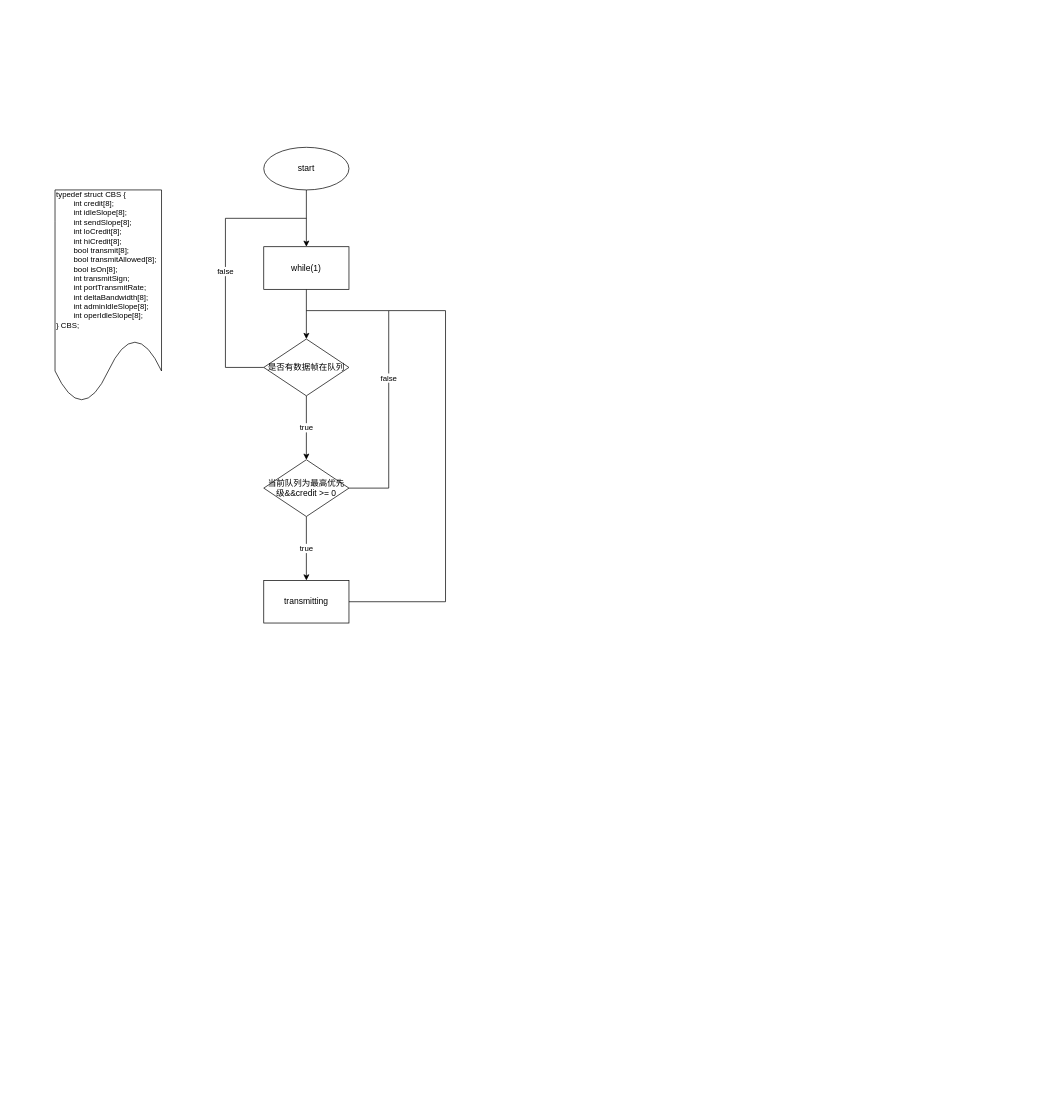
Earlier version of the draw.io diagram qemu-gmac32_cbs_transmit of cbs.drawio (azreallem/mydiagrams). Source tidied: cells renumbered, new cells numbered last; positions are measured from the earlier drawing's top-left corner, leaving out a move shared by most shapes. Both pictures are drawn from the tidied source at 71%, with x=0, y=0 at pixel (55, 147).
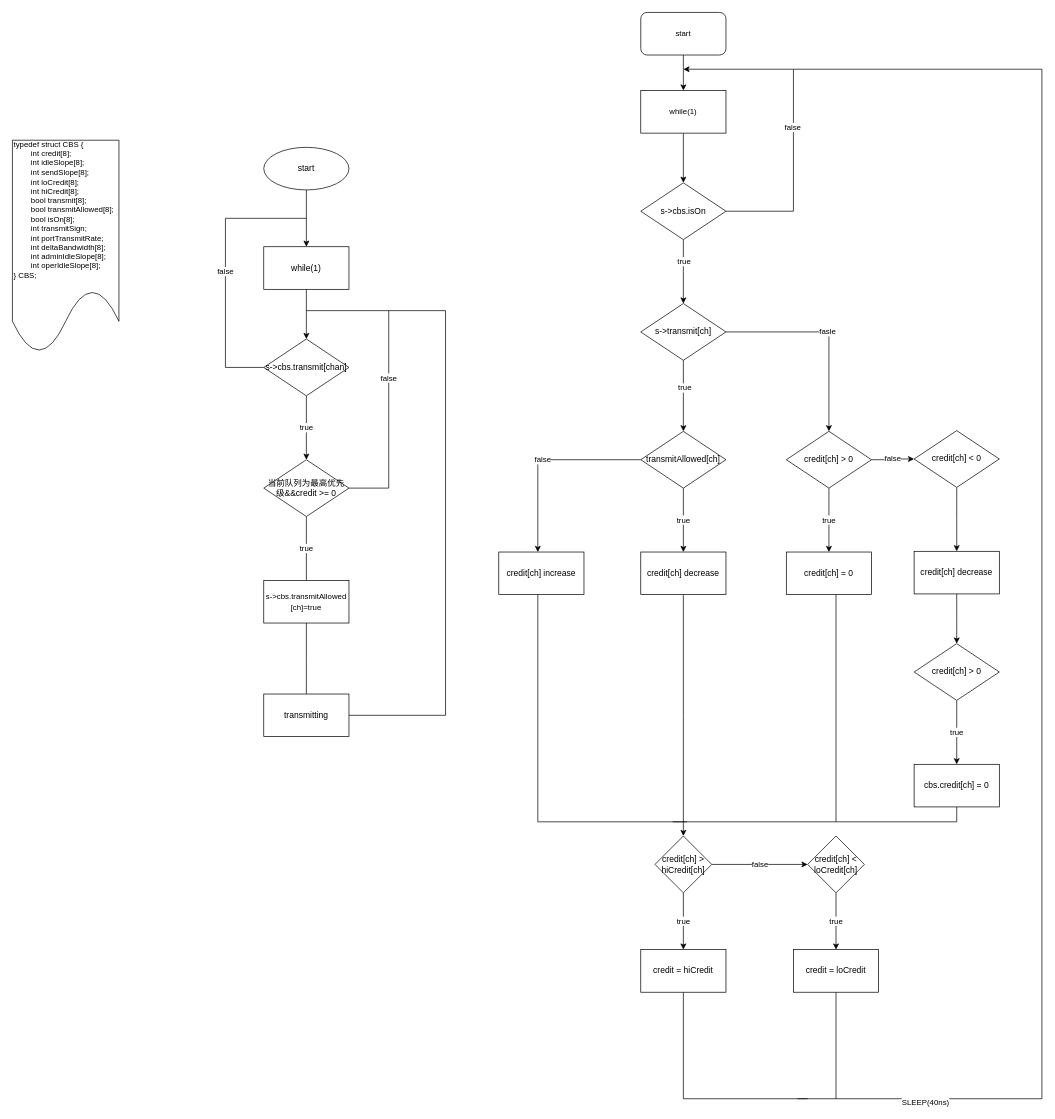
After the change.

Unchanged cells that the change refers to:
```xml
<mxCell id="12" value="当前队列为最高优先级&amp;amp;&amp;amp;credit &amp;gt;= 0" style="rhombus;whiteSpace=wrap;html=1;rounded=0;" parent="1" vertex="1">
  <mxGeometry x="294" y="440" width="120" height="80" as="geometry" />
</mxCell>
```

Diff of the diagram source:
```diff
@@
-    <mxCell id="7" value="是否有数据帧在队列" style="rhombus;whiteSpace=wrap;html=1;rounded=0;" parent="1" vertex="1">
+    <mxCell id="7" value="s-&amp;gt;cbs.transmit[chan]" style="rhombus;whiteSpace=wrap;html=1;rounded=0;" parent="1" vertex="1">
       <mxGeometry x="294" y="270" width="120" height="80" as="geometry" />
     </mxCell>
@@
     <mxCell id="9" value="&lt;div&gt;&lt;span&gt;typedef struct CBS {&lt;/span&gt;&lt;br&gt;&lt;/div&gt;&lt;div&gt;&amp;nbsp; &amp;nbsp; &amp;nbsp; &amp;nbsp; int credit[8];&lt;/div&gt;&lt;div&gt;&amp;nbsp; &amp;nbsp; &amp;nbsp; &amp;nbsp; int idleSlope[8];&lt;/div&gt;&lt;div&gt;&amp;nbsp; &amp;nbsp; &amp;nbsp; &amp;nbsp; int sendSlope[8];&amp;nbsp;&lt;/div&gt;&lt;div&gt;&amp;nbsp; &amp;nbsp; &amp;nbsp; &amp;nbsp; int loCredit[8];&amp;nbsp;&lt;/div&gt;&lt;div&gt;&amp;nbsp; &amp;nbsp; &amp;nbsp; &amp;nbsp; int hiCredit[8];&lt;/div&gt;&lt;div&gt;&amp;nbsp; &amp;nbsp; &amp;nbsp; &amp;nbsp; bool transmit[8];&amp;nbsp;&lt;/div&gt;&lt;div&gt;&amp;nbsp; &amp;nbsp; &amp;nbsp; &amp;nbsp; bool transmitAllowed[8];&lt;/div&gt;&lt;div&gt;&amp;nbsp; &amp;nbsp; &amp;nbsp; &amp;nbsp; bool isOn[8];&lt;/div&gt;&lt;div&gt;&amp;nbsp; &amp;nbsp; &amp;nbsp; &amp;nbsp; int transmitSign;&lt;/div&gt;&lt;div&gt;&amp;nbsp; &amp;nbsp; &amp;nbsp; &amp;nbsp; int portTransmitRate;&lt;/div&gt;&lt;div&gt;&amp;nbsp; &amp;nbsp; &amp;nbsp; &amp;nbsp; int deltaBandwidth[8];&lt;/div&gt;&lt;div&gt;&amp;nbsp; &amp;nbsp; &amp;nbsp; &amp;nbsp; int adminIdleSlope[8];&lt;/div&gt;&lt;div&gt;&amp;nbsp; &amp;nbsp; &amp;nbsp; &amp;nbsp; int operIdleSlope[8];&lt;/div&gt;&lt;div&gt;} CBS;&lt;/div&gt;&lt;div&gt;&lt;br&gt;&lt;/div&gt;" style="shape=document;whiteSpace=wrap;html=1;boundedLbl=1;fontFamily=Helvetica;fontSize=11;fontColor=default;align=left;" parent="1" vertex="1">
-      <mxGeometry y="60" width="150" height="300" as="geometry" />
+      <mxGeometry x="-60" y="-10" width="150" height="300" as="geometry" />
     </mxCell>
@@
-    <mxCell id="11" value="true" style="edgeStyle=elbowEdgeStyle;shape=connector;rounded=0;jettySize=auto;html=1;labelBackgroundColor=default;fontFamily=Helvetica;fontSize=11;fontColor=default;startArrow=none;startFill=0;endArrow=classic;endFill=1;strokeColor=default;" parent="1" edge="1" source="12" target="14">
-      <mxGeometry relative="1" as="geometry" />
-    </mxCell>
+    <mxCell id="15" value="true" style="edgeStyle=elbowEdgeStyle;shape=connector;rounded=0;jettySize=auto;html=1;labelBackgroundColor=default;fontFamily=Helvetica;fontSize=11;fontColor=default;startArrow=none;startFill=0;endArrow=none;endFill=0;strokeColor=default;" parent="1" edge="1" source="12" target="17">
+      <mxGeometry relative="1" as="geometry" />
+    </mxCell>
@@
     <mxCell id="14" value="transmitting" style="whiteSpace=wrap;html=1;rounded=0;" parent="1" vertex="1">
-      <mxGeometry x="294" y="610" width="120" height="60" as="geometry" />
+      <mxGeometry x="294" y="770" width="120" height="60" as="geometry" />
     </mxCell>
+    <mxCell id="16" style="edgeStyle=elbowEdgeStyle;shape=connector;rounded=0;jettySize=auto;html=1;entryX=0.5;entryY=0;entryDx=0;entryDy=0;labelBackgroundColor=default;fontFamily=Helvetica;fontSize=11;fontColor=default;startArrow=none;startFill=0;endArrow=none;endFill=0;strokeColor=default;" parent="1" edge="1" source="17" target="14">
+      <mxGeometry relative="1" as="geometry" />
+    </mxCell>
+    <mxCell id="17" value="&lt;span style=&quot;font-size: 11px&quot;&gt;s-&amp;gt;cbs.transmitAllowed&lt;/span&gt;&lt;br style=&quot;font-size: 11px&quot;&gt;&lt;span style=&quot;font-size: 11px&quot;&gt;[ch]=true&lt;/span&gt;" style="whiteSpace=wrap;html=1;rounded=0;" parent="1" vertex="1">
+      <mxGeometry x="294" y="610" width="120" height="60" as="geometry" />
+    </mxCell>
+    <mxCell id="18" style="edgeStyle=elbowEdgeStyle;shape=connector;rounded=0;jettySize=auto;html=1;exitX=0.5;exitY=1;exitDx=0;exitDy=0;entryX=0.5;entryY=0;entryDx=0;entryDy=0;labelBackgroundColor=default;fontFamily=Helvetica;fontSize=11;fontColor=default;startArrow=none;startFill=0;endArrow=classic;endFill=1;strokeColor=default;" parent="1" edge="1" source="21">
+      <mxGeometry relative="1" as="geometry">
+        <mxPoint x="885" y="400" as="targetPoint" />
+      </mxGeometry>
+    </mxCell>
+    <mxCell id="19" value="true" style="edgeLabel;html=1;align=center;verticalAlign=middle;fontSize=11;fontFamily=Helvetica;fontColor=default;" parent="18" vertex="1">
+      <mxGeometry x="-0.24" y="1" relative="1" as="geometry" />
+    </mxCell>
+    <mxCell id="20" value="fasle" style="edgeStyle=elbowEdgeStyle;shape=connector;rounded=0;jettySize=auto;html=1;exitX=1;exitY=0.5;exitDx=0;exitDy=0;entryX=0.5;entryY=0;entryDx=0;entryDy=0;labelBackgroundColor=default;fontFamily=Helvetica;fontSize=11;fontColor=default;startArrow=none;startFill=0;endArrow=classic;endFill=1;strokeColor=default;" parent="1" edge="1" source="21" target="31">
+      <mxGeometry relative="1" as="geometry">
+        <Array as="points">
+          <mxPoint x="1090" y="320" />
+        </Array>
+      </mxGeometry>
+    </mxCell>
+    <mxCell id="21" value="s-&amp;gt;transmit[ch]" style="rhombus;whiteSpace=wrap;html=1;rounded=0;" parent="1" vertex="1">
+      <mxGeometry x="825" y="220" width="120" height="80" as="geometry" />
+    </mxCell>
+    <mxCell id="22" value="true" style="edgeStyle=elbowEdgeStyle;shape=connector;rounded=0;jettySize=auto;html=1;labelBackgroundColor=default;fontFamily=Helvetica;fontSize=11;fontColor=default;startArrow=none;startFill=0;endArrow=classic;endFill=1;strokeColor=default;" parent="1" edge="1" source="24" target="26">
+      <mxGeometry relative="1" as="geometry" />
+    </mxCell>
+    <mxCell id="23" value="false" style="edgeStyle=elbowEdgeStyle;shape=connector;rounded=0;jettySize=auto;html=1;labelBackgroundColor=default;fontFamily=Helvetica;fontSize=11;fontColor=default;startArrow=none;startFill=0;endArrow=classic;endFill=1;strokeColor=default;" parent="1" edge="1" source="24" target="28">
+      <mxGeometry relative="1" as="geometry">
+        <Array as="points">
+          <mxPoint x="680" y="520" />
+        </Array>
+      </mxGeometry>
+    </mxCell>
+    <mxCell id="24" value="transmitAllowed[ch]" style="rhombus;whiteSpace=wrap;html=1;rounded=0;" parent="1" vertex="1">
+      <mxGeometry x="825" y="400" width="120" height="80" as="geometry" />
+    </mxCell>
+    <mxCell id="25" style="edgeStyle=elbowEdgeStyle;shape=connector;rounded=0;jettySize=auto;html=1;labelBackgroundColor=default;fontFamily=Helvetica;fontSize=11;fontColor=default;startArrow=none;startFill=0;endArrow=classic;endFill=1;strokeColor=default;" parent="1" edge="1" source="26" target="53">
+      <mxGeometry relative="1" as="geometry" />
+    </mxCell>
+    <mxCell id="26" value="credit[ch] decrease" style="whiteSpace=wrap;html=1;rounded=0;" parent="1" vertex="1">
+      <mxGeometry x="825" y="570" width="120" height="60" as="geometry" />
+    </mxCell>
+    <mxCell id="27" style="edgeStyle=elbowEdgeStyle;shape=connector;rounded=0;jettySize=auto;html=1;labelBackgroundColor=default;fontFamily=Helvetica;fontSize=11;fontColor=default;startArrow=none;startFill=0;endArrow=none;endFill=0;strokeColor=default;" parent="1" edge="1" source="28">
+      <mxGeometry relative="1" as="geometry">
+        <mxPoint x="890" y="950" as="targetPoint" />
+        <Array as="points">
+          <mxPoint x="680" y="760" />
+        </Array>
+      </mxGeometry>
+    </mxCell>
+    <mxCell id="28" value="credit[ch] increase" style="whiteSpace=wrap;html=1;rounded=0;" parent="1" vertex="1">
+      <mxGeometry x="625" y="570" width="120" height="60" as="geometry" />
+    </mxCell>
+    <mxCell id="29" value="true" style="edgeStyle=elbowEdgeStyle;shape=connector;rounded=0;jettySize=auto;html=1;labelBackgroundColor=default;fontFamily=Helvetica;fontSize=11;fontColor=default;startArrow=none;startFill=0;endArrow=classic;endFill=1;strokeColor=default;" parent="1" edge="1" source="31" target="33">
+      <mxGeometry relative="1" as="geometry" />
+    </mxCell>
+    <mxCell id="30" value="false" style="edgeStyle=elbowEdgeStyle;shape=connector;rounded=0;jettySize=auto;html=1;entryX=0;entryY=0.5;entryDx=0;entryDy=0;labelBackgroundColor=default;fontFamily=Helvetica;fontSize=11;fontColor=default;startArrow=none;startFill=0;endArrow=classic;endFill=1;strokeColor=default;" parent="1" edge="1" source="31" target="35">
+      <mxGeometry relative="1" as="geometry" />
+    </mxCell>
+    <mxCell id="31" value="credit[ch] &amp;gt; 0" style="rhombus;whiteSpace=wrap;html=1;rounded=0;" parent="1" vertex="1">
+      <mxGeometry x="1030" y="400" width="120" height="80" as="geometry" />
+    </mxCell>
+    <mxCell id="32" style="edgeStyle=elbowEdgeStyle;shape=connector;rounded=0;jettySize=auto;html=1;labelBackgroundColor=default;fontFamily=Helvetica;fontSize=11;fontColor=default;startArrow=none;startFill=0;endArrow=none;endFill=0;strokeColor=default;" parent="1" edge="1" source="33">
+      <mxGeometry relative="1" as="geometry">
+        <mxPoint x="1100" y="950" as="targetPoint" />
+      </mxGeometry>
+    </mxCell>
+    <mxCell id="33" value="credit[ch] = 0" style="whiteSpace=wrap;html=1;rounded=0;" parent="1" vertex="1">
+      <mxGeometry x="1030" y="570" width="120" height="60" as="geometry" />
+    </mxCell>
+    <mxCell id="34" style="edgeStyle=elbowEdgeStyle;shape=connector;rounded=0;jettySize=auto;html=1;labelBackgroundColor=default;fontFamily=Helvetica;fontSize=11;fontColor=default;startArrow=none;startFill=0;endArrow=classic;endFill=1;strokeColor=default;" parent="1" edge="1" source="35" target="37">
+      <mxGeometry relative="1" as="geometry" />
+    </mxCell>
+    <mxCell id="35" value="credit[ch] &amp;lt; 0" style="rhombus;whiteSpace=wrap;html=1;rounded=0;" parent="1" vertex="1">
+      <mxGeometry x="1210" y="399" width="120" height="80" as="geometry" />
+    </mxCell>
+    <mxCell id="36" style="edgeStyle=elbowEdgeStyle;shape=connector;rounded=0;jettySize=auto;html=1;labelBackgroundColor=default;fontFamily=Helvetica;fontSize=11;fontColor=default;startArrow=none;startFill=0;endArrow=classic;endFill=1;strokeColor=default;" parent="1" edge="1" source="37" target="39">
+      <mxGeometry relative="1" as="geometry" />
+    </mxCell>
+    <mxCell id="37" value="credit[ch] decrease" style="whiteSpace=wrap;html=1;rounded=0;" parent="1" vertex="1">
+      <mxGeometry x="1210" y="569" width="120" height="60" as="geometry" />
+    </mxCell>
+    <mxCell id="38" value="true" style="edgeStyle=elbowEdgeStyle;shape=connector;rounded=0;jettySize=auto;html=1;labelBackgroundColor=default;fontFamily=Helvetica;fontSize=11;fontColor=default;startArrow=none;startFill=0;endArrow=classic;endFill=1;strokeColor=default;" parent="1" edge="1" source="39" target="41">
+      <mxGeometry relative="1" as="geometry" />
+    </mxCell>
+    <mxCell id="39" value="credit[ch] &amp;gt; 0" style="rhombus;whiteSpace=wrap;html=1;rounded=0;" parent="1" vertex="1">
+      <mxGeometry x="1210" y="699" width="120" height="80" as="geometry" />
+    </mxCell>
+    <mxCell id="40" style="edgeStyle=elbowEdgeStyle;shape=connector;rounded=0;jettySize=auto;html=1;labelBackgroundColor=default;fontFamily=Helvetica;fontSize=11;fontColor=default;startArrow=none;startFill=0;endArrow=none;endFill=0;strokeColor=default;" parent="1" edge="1" source="41">
+      <mxGeometry relative="1" as="geometry">
+        <mxPoint x="870" y="950" as="targetPoint" />
+        <Array as="points">
+          <mxPoint x="1270" y="930" />
+        </Array>
+      </mxGeometry>
+    </mxCell>
+    <mxCell id="41" value="cbs.credit[ch] = 0" style="whiteSpace=wrap;html=1;rounded=0;" parent="1" vertex="1">
+      <mxGeometry x="1210" y="869" width="120" height="60" as="geometry" />
+    </mxCell>
+    <mxCell id="42" style="edgeStyle=elbowEdgeStyle;shape=connector;rounded=0;jettySize=auto;html=1;exitX=0.5;exitY=1;exitDx=0;exitDy=0;labelBackgroundColor=default;fontFamily=Helvetica;fontSize=11;fontColor=default;startArrow=none;startFill=0;endArrow=classic;endFill=1;strokeColor=default;" parent="1" edge="1" target="21">
+      <mxGeometry relative="1" as="geometry">
+        <mxPoint x="885" y="130" as="sourcePoint" />
+      </mxGeometry>
+    </mxCell>
+    <mxCell id="43" value="true" style="edgeLabel;html=1;align=center;verticalAlign=middle;fontSize=11;fontFamily=Helvetica;fontColor=default;" parent="42" vertex="1">
+      <mxGeometry x="-0.33" relative="1" as="geometry" />
+    </mxCell>
+    <mxCell id="44" style="edgeStyle=elbowEdgeStyle;shape=connector;rounded=0;jettySize=auto;html=1;exitX=0.5;exitY=1;exitDx=0;exitDy=0;entryX=0.5;entryY=0;entryDx=0;entryDy=0;labelBackgroundColor=default;fontFamily=Helvetica;fontSize=11;fontColor=default;startArrow=none;startFill=0;endArrow=classic;endFill=1;strokeColor=default;" parent="1" edge="1" source="45" target="47">
+      <mxGeometry relative="1" as="geometry" />
+    </mxCell>
+    <mxCell id="45" value="start" style="rounded=1;whiteSpace=wrap;html=1;fontFamily=Helvetica;fontSize=11;fontColor=default;" parent="1" vertex="1">
+      <mxGeometry x="825" y="-190" width="120" height="60" as="geometry" />
+    </mxCell>
+    <mxCell id="46" style="edgeStyle=elbowEdgeStyle;shape=connector;rounded=0;jettySize=auto;html=1;exitX=0.5;exitY=1;exitDx=0;exitDy=0;entryX=0.5;entryY=0;entryDx=0;entryDy=0;labelBackgroundColor=default;fontFamily=Helvetica;fontSize=11;fontColor=default;startArrow=none;startFill=0;endArrow=classic;endFill=1;strokeColor=default;" parent="1" edge="1" source="47" target="50">
+      <mxGeometry relative="1" as="geometry" />
+    </mxCell>
+    <mxCell id="47" value="while(1)" style="rounded=0;whiteSpace=wrap;html=1;fontFamily=Helvetica;fontSize=11;fontColor=default;" parent="1" vertex="1">
+      <mxGeometry x="825" y="-80" width="120" height="60" as="geometry" />
+    </mxCell>
+    <mxCell id="48" style="edgeStyle=elbowEdgeStyle;shape=connector;rounded=0;jettySize=auto;html=1;labelBackgroundColor=default;fontFamily=Helvetica;fontSize=11;fontColor=default;startArrow=none;startFill=0;endArrow=classic;endFill=1;strokeColor=default;" parent="1" edge="1" source="50">
+      <mxGeometry relative="1" as="geometry">
+        <mxPoint x="885" y="-110" as="targetPoint" />
+        <Array as="points">
+          <mxPoint x="1040" y="-70" />
+          <mxPoint x="1020" y="-90" />
+        </Array>
+      </mxGeometry>
+    </mxCell>
+    <mxCell id="49" value="false" style="edgeLabel;html=1;align=center;verticalAlign=middle;fontSize=11;fontFamily=Helvetica;fontColor=default;" parent="48" vertex="1">
+      <mxGeometry x="-0.05" y="2" relative="1" as="geometry" />
+    </mxCell>
+    <mxCell id="50" value="s-&amp;gt;cbs.isOn" style="rhombus;whiteSpace=wrap;html=1;rounded=0;" parent="1" vertex="1">
+      <mxGeometry x="825" y="50" width="120" height="80" as="geometry" />
+    </mxCell>
+    <mxCell id="51" value="true" style="edgeStyle=elbowEdgeStyle;shape=connector;rounded=0;jettySize=auto;html=1;labelBackgroundColor=default;fontFamily=Helvetica;fontSize=11;fontColor=default;startArrow=none;startFill=0;endArrow=classic;endFill=1;strokeColor=default;" parent="1" edge="1" source="53" target="55">
+      <mxGeometry relative="1" as="geometry" />
+    </mxCell>
+    <mxCell id="52" value="false" style="edgeStyle=elbowEdgeStyle;shape=connector;rounded=0;jettySize=auto;html=1;exitX=1;exitY=0.5;exitDx=0;exitDy=0;entryX=0;entryY=0.5;entryDx=0;entryDy=0;labelBackgroundColor=default;fontFamily=Helvetica;fontSize=11;fontColor=default;startArrow=none;startFill=0;endArrow=classic;endFill=1;strokeColor=default;" parent="1" edge="1" source="53" target="57">
+      <mxGeometry relative="1" as="geometry" />
+    </mxCell>
+    <mxCell id="53" value="credit[ch] &amp;gt; hiCredit[ch]" style="rhombus;whiteSpace=wrap;html=1;rounded=0;" parent="1" vertex="1">
+      <mxGeometry x="845" y="970" width="80" height="80" as="geometry" />
+    </mxCell>
+    <mxCell id="54" style="edgeStyle=elbowEdgeStyle;shape=connector;rounded=0;jettySize=auto;html=1;labelBackgroundColor=default;fontFamily=Helvetica;fontSize=11;fontColor=default;startArrow=none;startFill=0;endArrow=none;endFill=0;strokeColor=default;" parent="1" edge="1" source="55">
+      <mxGeometry relative="1" as="geometry">
+        <mxPoint x="1060" y="1340" as="targetPoint" />
+        <Array as="points">
+          <mxPoint x="885" y="1260" />
+        </Array>
+      </mxGeometry>
+    </mxCell>
+    <mxCell id="55" value="credit = hiCredit" style="whiteSpace=wrap;html=1;rounded=0;" parent="1" vertex="1">
+      <mxGeometry x="825" y="1130" width="120" height="60" as="geometry" />
+    </mxCell>
+    <mxCell id="56" value="true" style="edgeStyle=elbowEdgeStyle;shape=connector;rounded=0;jettySize=auto;html=1;labelBackgroundColor=default;fontFamily=Helvetica;fontSize=11;fontColor=default;startArrow=none;startFill=0;endArrow=classic;endFill=1;strokeColor=default;" parent="1" edge="1" source="57" target="59">
+      <mxGeometry relative="1" as="geometry" />
+    </mxCell>
+    <mxCell id="57" value="credit[ch] &amp;lt; loCredit[ch]" style="rhombus;whiteSpace=wrap;html=1;rounded=0;" parent="1" vertex="1">
+      <mxGeometry x="1060" y="970" width="80" height="80" as="geometry" />
+    </mxCell>
+    <mxCell id="58" style="edgeStyle=elbowEdgeStyle;shape=connector;rounded=0;jettySize=auto;html=1;labelBackgroundColor=default;fontFamily=Helvetica;fontSize=11;fontColor=default;startArrow=none;startFill=0;endArrow=none;endFill=0;strokeColor=default;" parent="1" edge="1" source="59">
+      <mxGeometry relative="1" as="geometry">
+        <mxPoint x="1100" y="1340" as="targetPoint" />
+      </mxGeometry>
+    </mxCell>
+    <mxCell id="59" value="credit = loCredit" style="whiteSpace=wrap;html=1;rounded=0;" parent="1" vertex="1">
+      <mxGeometry x="1040" y="1130" width="120" height="60" as="geometry" />
+    </mxCell>
+    <mxCell id="60" style="endArrow=none;html=1;rounded=0;labelBackgroundColor=default;fontFamily=Helvetica;fontSize=11;fontColor=default;strokeColor=default;shape=connector;" parent="1" edge="1">
+      <mxGeometry relative="1" as="geometry">
+        <mxPoint x="1390" y="-110" as="sourcePoint" />
+        <mxPoint x="1046" y="1340" as="targetPoint" />
+        <Array as="points">
+          <mxPoint x="1390" y="1340" />
+        </Array>
+      </mxGeometry>
+    </mxCell>
+    <mxCell id="61" value="SLEEP(40ns)" style="edgeLabel;html=1;align=center;verticalAlign=middle;fontSize=11;fontFamily=Helvetica;fontColor=default;" parent="60" vertex="1">
+      <mxGeometry x="0.8" y="4" relative="1" as="geometry" />
+    </mxCell>
+    <mxCell id="62" style="endArrow=none;html=1;rounded=0;labelBackgroundColor=default;fontFamily=Helvetica;fontSize=11;fontColor=default;strokeColor=default;shape=connector;" parent="1" edge="1">
+      <mxGeometry relative="1" as="geometry">
+        <mxPoint x="1040" y="-110" as="sourcePoint" />
+        <mxPoint x="1390" y="-110" as="targetPoint" />
+      </mxGeometry>
+    </mxCell>
```
